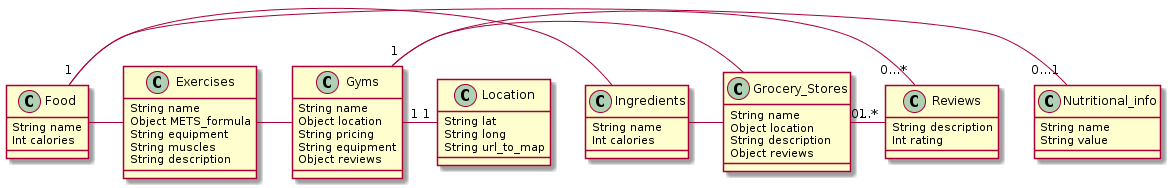
Above: docs/diagram.png in hrfofut/idb (PlantUML), before the change.
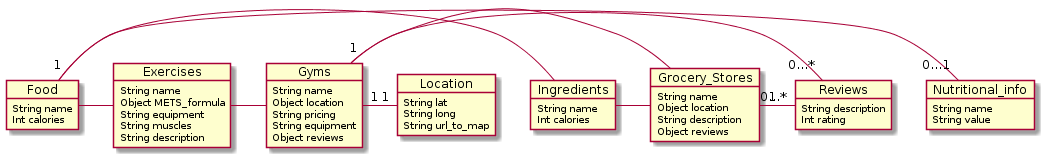
After the change.

Commit message:
Change UML from class to object

What changed in the source:
```diff
@@ -1,15 +1,15 @@
 @startuml
-Class Food {
+Object Food {
   String name
   Int calories
 }
 
-Class Ingredients {
+Object Ingredients {
   String name
   Int calories
 }
 
-Class Gyms {
+Object Gyms {
   String name
   Object location
   String pricing
@@ -17,7 +17,7 @@
   Object reviews
 }
 
-Class Exercises {
+Object Exercises {
   String name
   Object METS_formula
   String equipment
@@ -25,25 +25,25 @@
   String description
 }
 
-Class Grocery_Stores {
+Object Grocery_Stores {
   String name
   Object location
   String description
   Object reviews
 }
 
-Class Nutritional_info {
+Object Nutritional_info {
   String name
   String value
 }
 
-Class Location {
+Object Location {
   String lat
   String long
   String url_to_map
 }
 
-Class Reviews {
+Object Reviews {
   String description
   Int rating
 }
```
